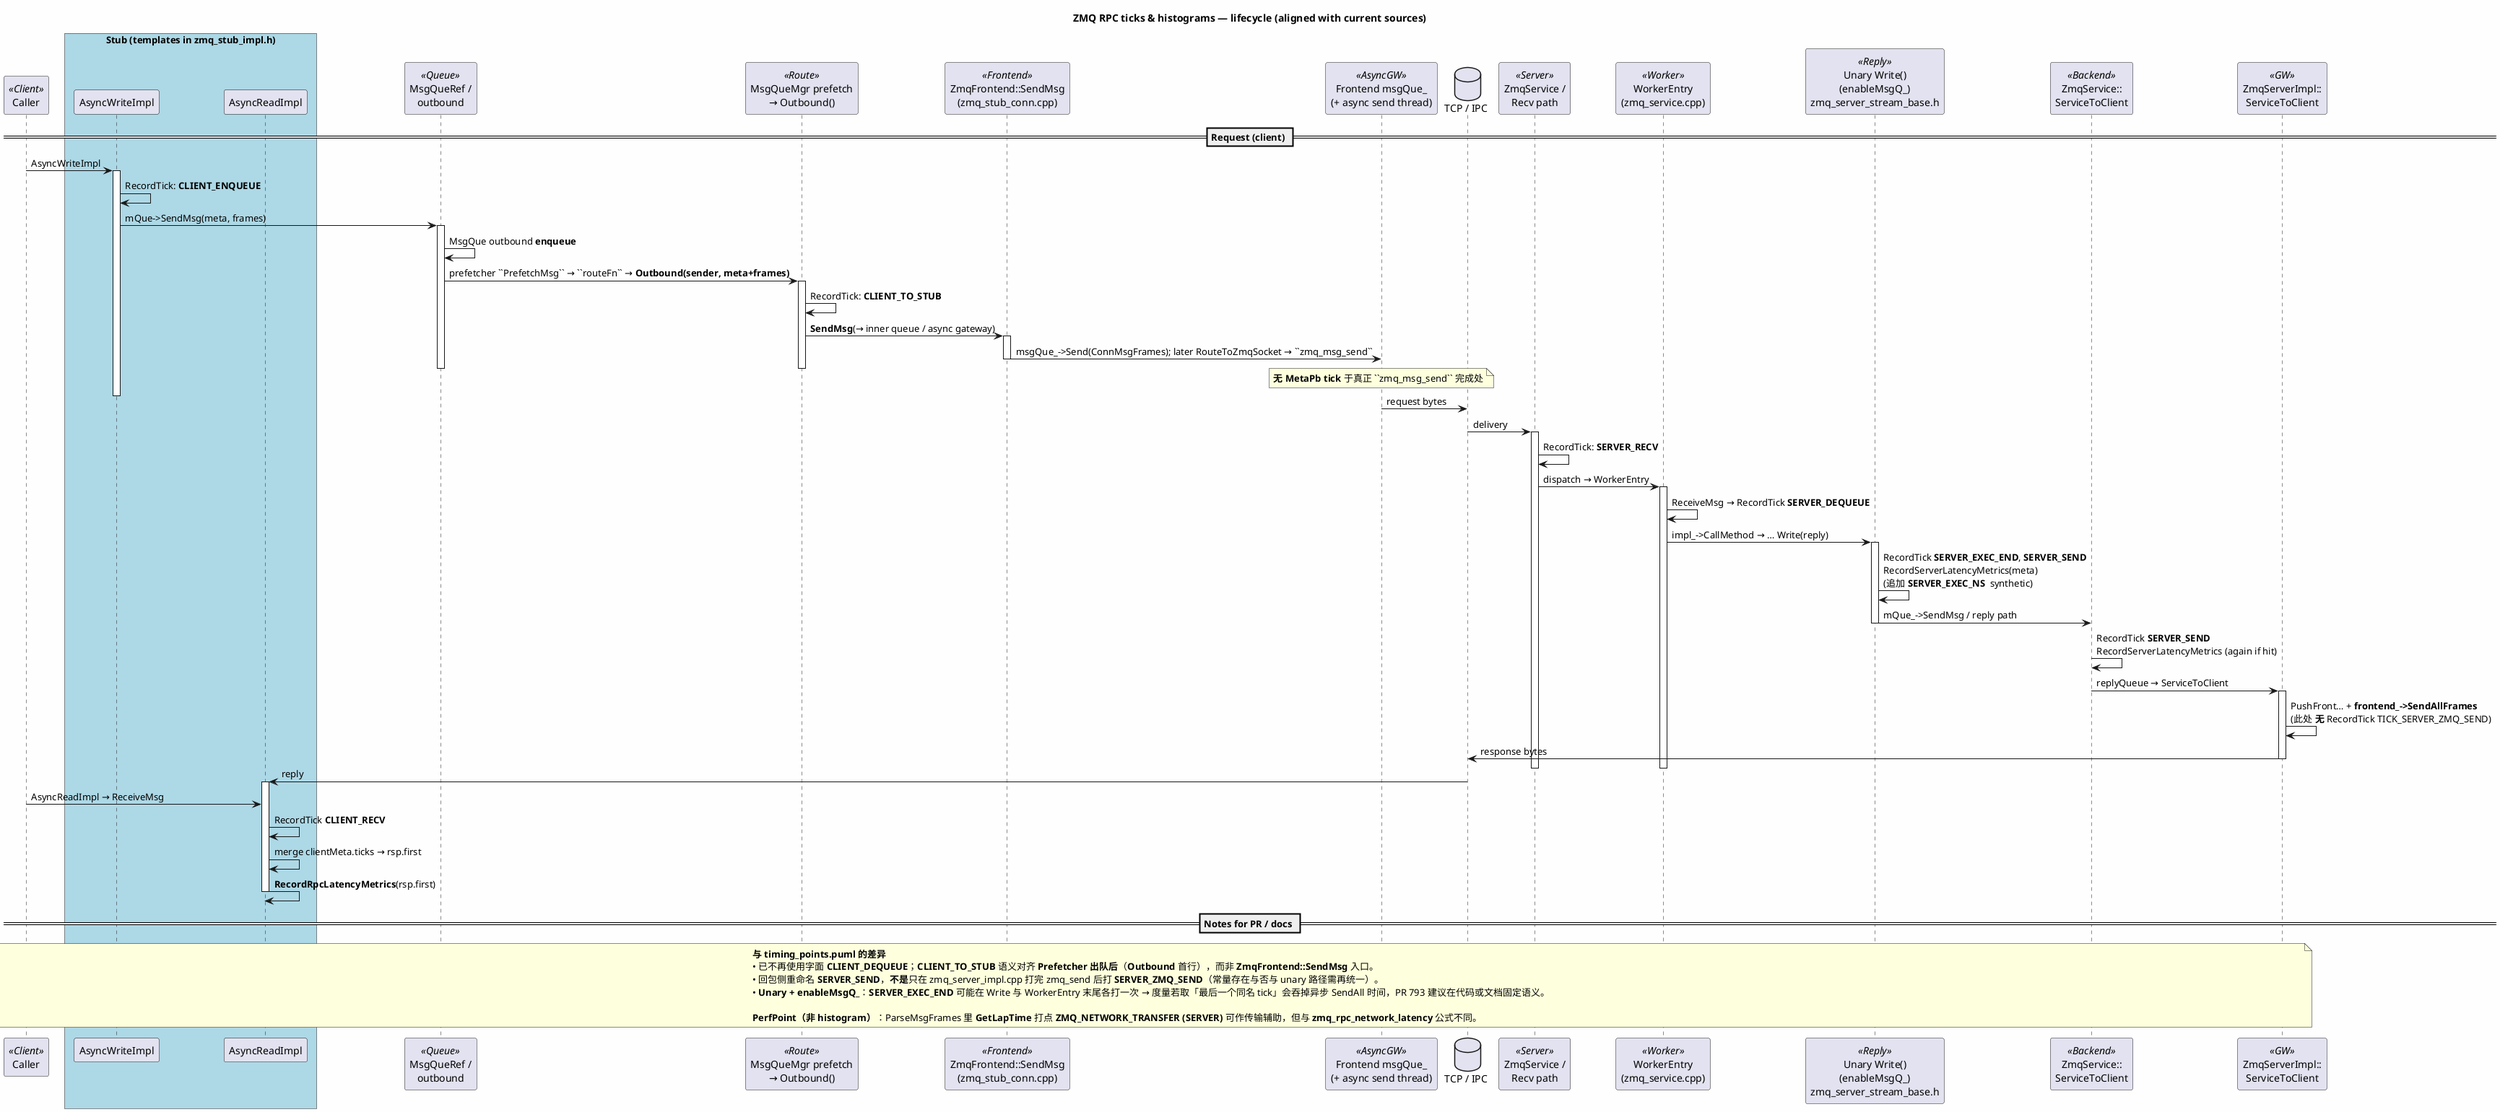
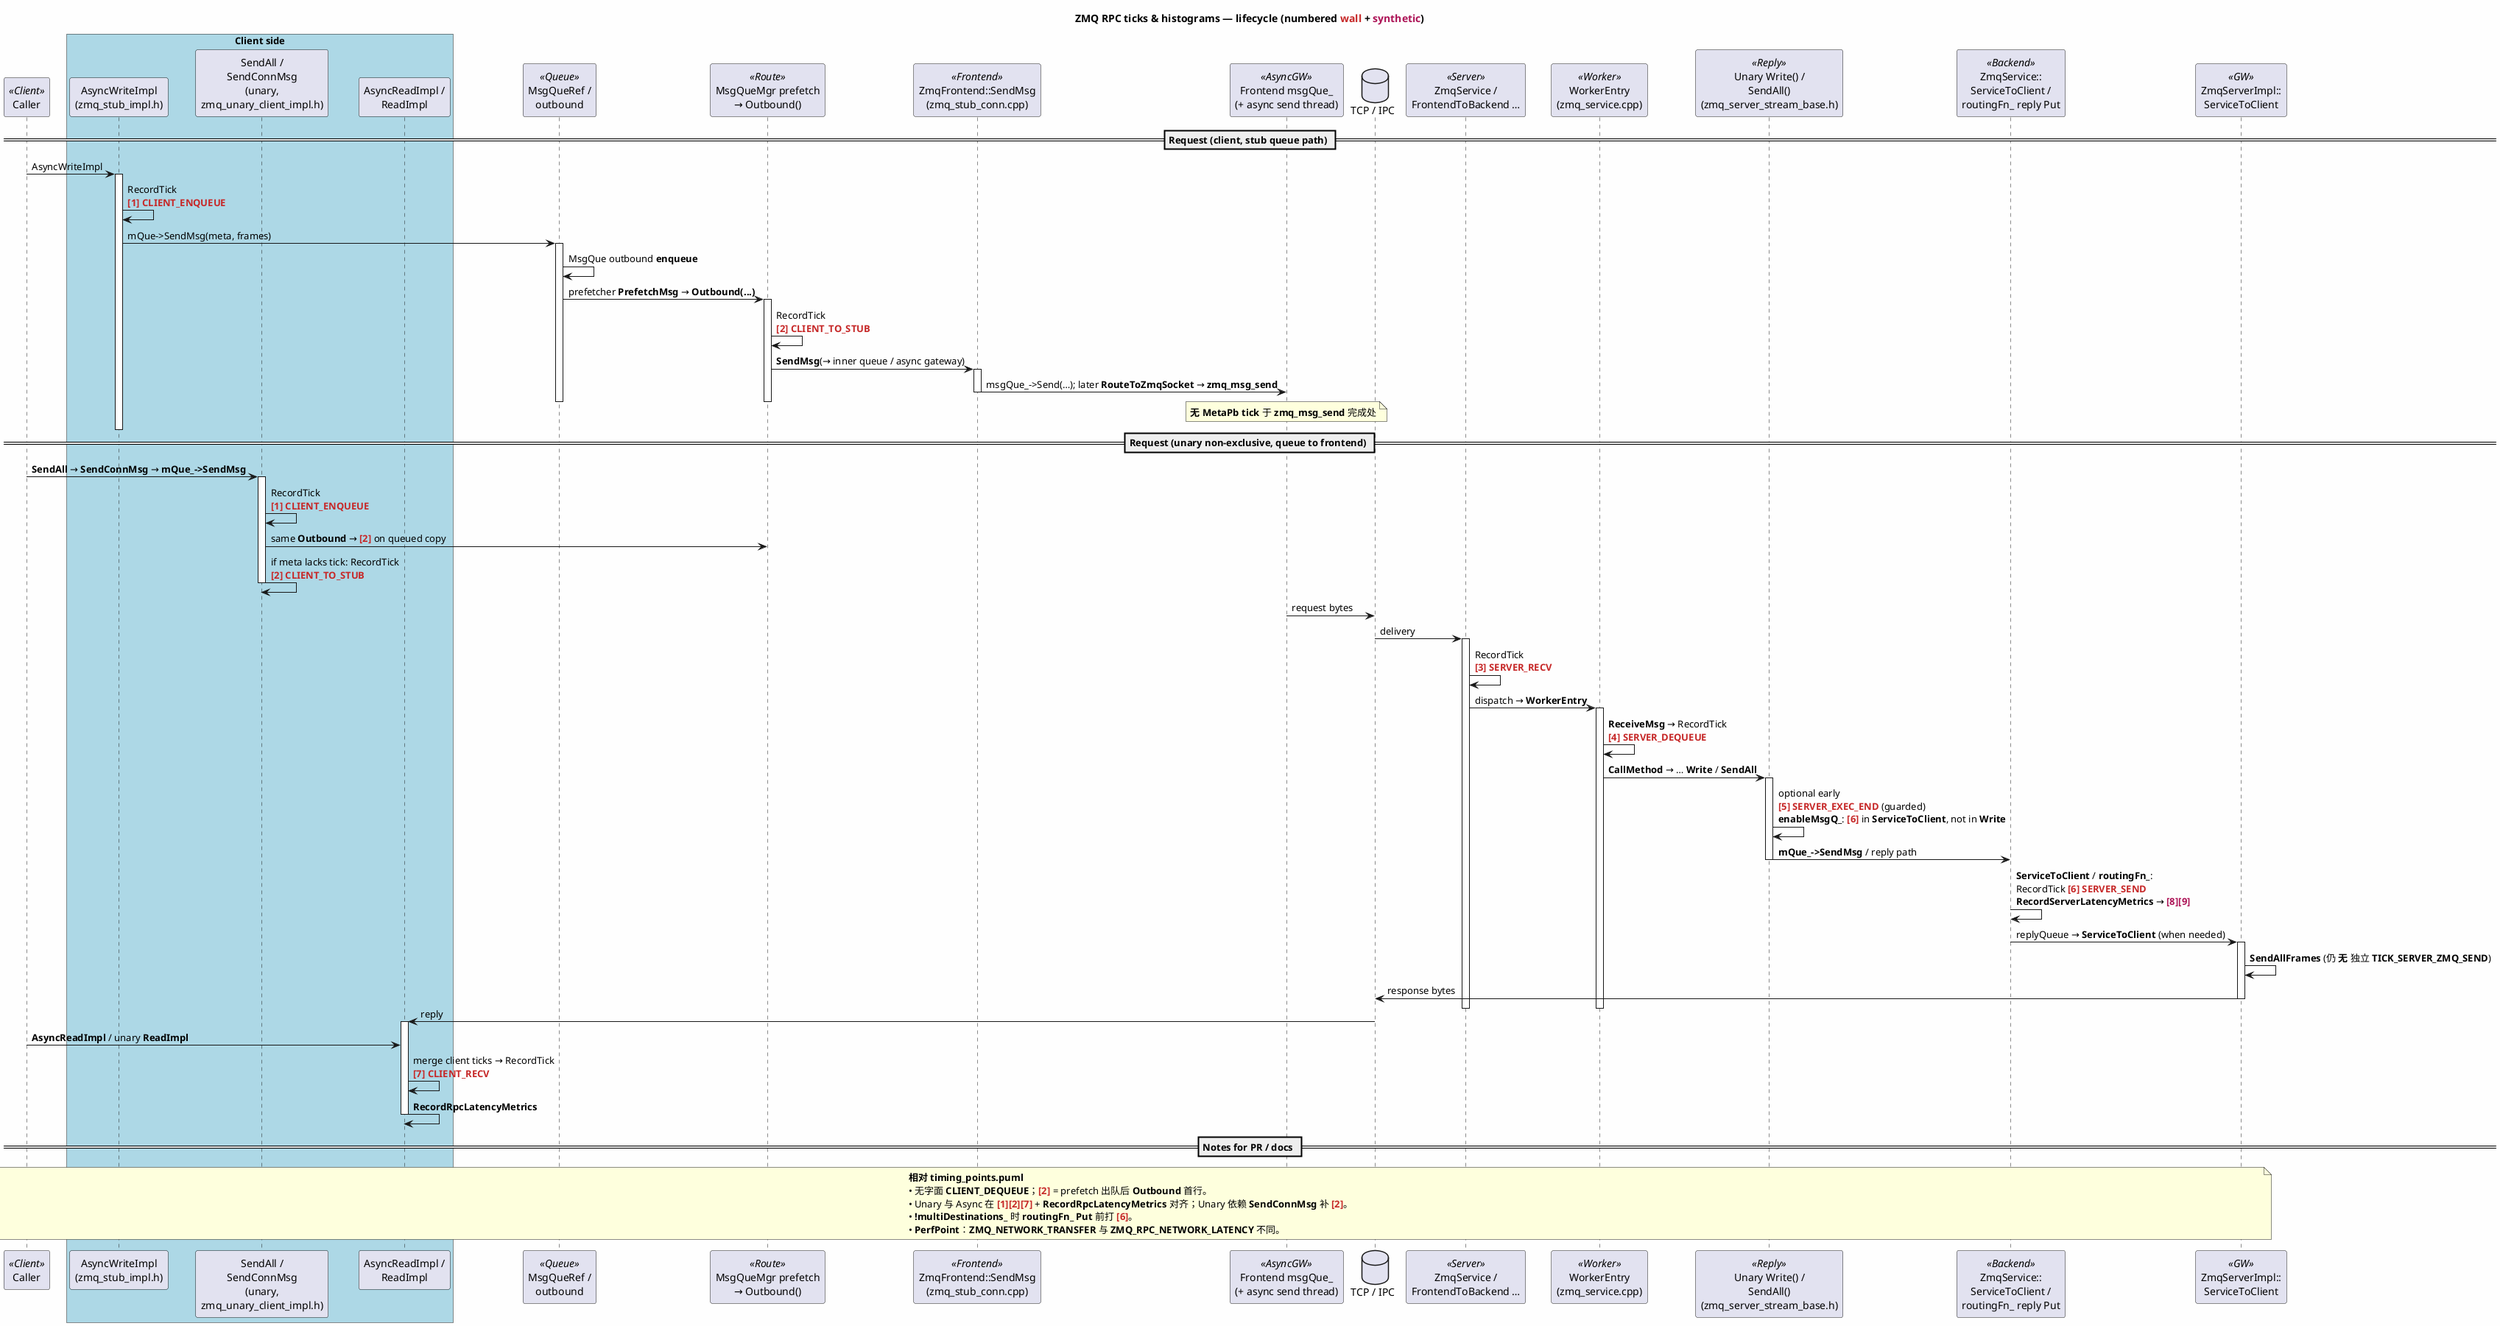
- @startuml ZMQ RPC Metrics — Current Code (2026-05 snapshot)
- ' Companion to timing_points.puml: that file保留历史叙事；本图对齐 yuanrong-datasystem 当前实现。
+ @startuml ZMQ RPC Metrics — Current Code (2026-05 sync)
+ ' Companion to timing_points.puml: 叙事版见旧图；本图对齐 yuanrong-datasystem 当前实现。
+ ' 编号 [1]–[7] = 墙体时刻 tick；[8][9] = RecordServerLatencyMetrics 写入的合成刻度（时长字段，非同源时钟）。
!pragma teoz true
skinparam backgroundColor #FEFEFE
skinparam actorBorderColor #666666
skinparam lifelineBorderColor #666666
skinparam lifelineBackgroundColor #F5F5F5

- title **ZMQ RPC ticks & histograms — lifecycle (aligned with current sources)**
+ title **ZMQ RPC ticks & histograms — lifecycle** (numbered <color:#C62828>wall</color> + <color:#AD1457>synthetic</color>)

participant "Caller" as C <<Client>>
- box "Stub (templates in zmq_stub_impl.h)" #LightBlue
- participant "AsyncWriteImpl" as AW
- participant "AsyncReadImpl" as AR
+ box "Client side" #LightBlue
+ participant "AsyncWriteImpl\n(zmq_stub_impl.h)" as AW
+ participant "SendAll /\nSendConnMsg\n(unary,\nzmq_unary_client_impl.h)" as UN
+ participant "AsyncReadImpl /\nReadImpl" as AR
end box
participant "MsgQueRef /\noutbound" as R <<Queue>>
participant "MsgQueMgr prefetch\n→ Outbound()" as OB <<Route>>
participant "ZmqFrontend::SendMsg\n(zmq_stub_conn.cpp)" as FE <<Frontend>>
participant "Frontend msgQue_\n(+ async send thread)" as AS <<AsyncGW>>
database "TCP / IPC" as Net
- participant "ZmqService /\nRecv path" as SRV <<Server>>
+ participant "ZmqService /\nFrontendToBackend …" as SRV <<Server>>
participant "WorkerEntry\n(zmq_service.cpp)" as W <<Worker>>
- participant "Unary Write()\n(enableMsgQ_)\nzmq_server_stream_base.h" as UW <<Reply>>
- participant "ZmqService::\nServiceToClient" as STC <<Backend>>
+ participant "Unary Write() /\nSendAll()\n(zmq_server_stream_base.h)" as UW <<Reply>>
+ participant "ZmqService::\nServiceToClient /\nroutingFn_ reply Put" as STC <<Backend>>
participant "ZmqServerImpl::\nServiceToClient" as IMPL <<GW>>

note top
- **Ticks** (MetaPb.tick_name — current sources)
+ <b>Legend — MetaPb.tick_name</b> (<b>zmq_constants.h</b>)

- * **CLIENT_ENQUEUE** → **zmq_stub_impl.h** AsyncWriteImpl, before outer **mQue->SendMsg**
+ <color:#C62828><b>[1] CLIENT_ENQUEUE</b></color> — <b>zmq_stub_impl.h</b> <b>AsyncWriteImpl</b> before <b>mQue->SendMsg</b>; unary <b>SendAll</b> 同步 (<b>zmq_unary_client_impl.h</b>).

- * **CLIENT_TO_STUB** → **zmq_stub_conn.cpp**, start of **ZmqStubConnMgrImpl::Outbound**
-   (after **MsgQueMgr::PrefetchMsg** dequeues from per-stub outbound; still **before** frontend inner queue /
-   ``zmq_msg_send``)
+ <color:#C62828><b>[2] CLIENT_TO_STUB</b></color> — <b>zmq_stub_conn.cpp</b> <b>Outbound</b> 首行（prefetch 出队后，仍在前端 inner queue / <b>zmq_msg_send</b> 之前）. Unary <b>SendConnMsg</b> 可补打若缺。

- * (none on request wire-out) → **CLIENT_ZMQ_SEND** still missing (prefetcher vs **clientMeta**)
+ (无 <b>MetaPb</b> tick 于真正 <b>zmq_msg_send</b> 完成处) — <b>CLIENT_ZMQ_SEND</b> 仍缺。

- * **CLIENT_RECV** → **zmq_stub_impl.h** AsyncReadImpl after **ReceiveMsg**
+ <color:#C62828><b>[7] CLIENT_RECV</b></color> — <b>AsyncReadImpl</b> / unary <b>ReadImpl</b> 收包后；<b>RecordRpcLatencyMetrics</b>。Async 路径合并 <b>clientMeta.ticks</b>（<b>MetaHasNamedTick</b> 去重）。

- * **SERVER_RECV** / **SERVER_DEQUEUE** → recv path + **WorkerEntry** after **ReceiveMsg**
+ <color:#C62828><b>[3] SERVER_RECV</b></color> — <b>ZmqService::FrontendToBackend</b>。

- * **SERVER_EXEC_END** → may repeat (**Unary Write()** plus **WorkerEntry** tail — duplicate risk)
+ <color:#C62828><b>[4] SERVER_DEQUEUE</b></color> / <color:#C62828><b>[5] SERVER_EXEC_END</b></color> — <b>WorkerEntry</b>：<b>ReceiveMsg</b> 后 / <b>WorkerEntryImpl</b> 结束后。Unary <b>Write</b>/<b>SendAll</b> 可更早打 <b>[5]</b>，避免 <b>(SEND − 0)</b>。

- * **SERVER_SEND** → **Write()** /**ServiceToClient** — **ZmqServerImpl::ServiceToClient** has **no**
-   ``TICK_SERVER_ZMQ_SEND`` after **SendAllFrames**
+ <color:#C62828><b>[6] SERVER_SEND</b></color> — <b>ServiceToClient</b>；或 <b>!multiDestinations_</b> 时 <b>routingFn_</b> 在 <b>replyQueue_->Put</b> 前同样打 <b>[6]</b> + <b>RecordServerLatencyMetrics</b>。

- * **SERVER_EXEC_NS** → synthetic (**RecordServerLatencyMetrics**), EXEC_END − RECV (**zmq_constants.h**)
+ <color:#AD1457><b>[8] SERVER_EXEC_NS</b></color> / <color:#AD1457><b>[9] SERVER_RPC_WINDOW_NS</b></color> — 合成：由 <b>RecordServerLatencyMetrics</b> 追加（<b>[5]−[3]</b> 与 <b>[6]−[3]</b> 等）。

+ <b>Histograms</b>（<b>KvMetricId → kv_metrics.cpp 导出名</b>，µs：<b>NsToUs</b>）

- **Histograms** (same headers)
- 
- * ``zmq_client_queuing`` → ``TO_STUB − ENQUEUE`` (caller enqueue through prefetch dequeue, before frontend zmq stack)
- 
- * server: DEQUEUE−RECV, EXEC_END−DEQUEUE, SEND−EXEC_END
- 
- * ``zmq_rpc_e2e`` = RECV − ENQUEUE; ``zmq_rpc_network`` ≈ e2e − (TO_STUB−ENQUEUE) − ``SERVER_RPC_WINDOW_NS`` (**not** pure RTT)
+ * <b>zmq_client_queuing_latency</b> ← <color:#C62828><b>[2]−[1]</b></color>
+ * <b>zmq_server_queue_wait_latency</b> ← <color:#C62828><b>[4]−[3]</b></color>
+ * <b>zmq_server_exec_latency</b> ← <color:#C62828><b>[5]−[4]</b></color>
+ * <b>zmq_server_reply_latency</b> ← <color:#C62828><b>[6]−[5]</b></color>（仅当 <b>[5]</b> wall > 0）
+ * <b>zmq_rpc_e2e_latency</b> ← <color:#C62828><b>[7]−[1]</b></color>
+ * <b>zmq_rpc_network_latency</b> ← <b>残差</b>：<code>max(0, ([7]−[1])−([2]−[1])−srvWin)</code>，<code>srvWin</code>=<color:#AD1457><b>[9]</b></color>.ts <b>或</b> 回退 <color:#C62828><b>[6]−[3]</b></color>；仅 &gt;0 记入

end note

- == Request (client) ==
+ == Request (client, stub queue path) ==

C -> AW : AsyncWriteImpl
activate AW
- AW -> AW : RecordTick: **CLIENT_ENQUEUE**
+ AW -> AW : RecordTick\n<color:#C62828><b>[1] CLIENT_ENQUEUE</b></color>
AW -> R : mQue->SendMsg(meta, frames)
activate R
R -> R : MsgQue outbound **enqueue**
- R -> OB : prefetcher ``PrefetchMsg`` → ``routeFn`` → **Outbound(sender, meta+frames)**
+ R -> OB : prefetcher **PrefetchMsg** → **Outbound(...)**
activate OB
- OB -> OB : RecordTick: **CLIENT_TO_STUB**
+ OB -> OB : RecordTick\n<color:#C62828><b>[2] CLIENT_TO_STUB</b></color>
OB -> FE : **SendMsg**(→ inner queue / async gateway)
activate FE
- FE -> AS : msgQue_->Send(ConnMsgFrames); later RouteToZmqSocket → ``zmq_msg_send``
+ FE -> AS : msgQue_->Send(…); later **RouteToZmqSocket** → **zmq_msg_send**
deactivate FE
deactivate OB
deactivate R
note over AS
-   **无 MetaPb tick** 于真正 ``zmq_msg_send`` 完成处
+   **无 MetaPb tick** 于 **zmq_msg_send** 完成处
end note
deactivate AW
+ 
+ == Request (unary non–exclusive, queue to frontend) ==
+ 
+ C -> UN : **SendAll** → **SendConnMsg** → **mQue_->SendMsg**
+ activate UN
+ UN -> UN : RecordTick\n<color:#C62828><b>[1] CLIENT_ENQUEUE</b></color>
+ UN -> OB : same **Outbound** → <color:#C62828><b>[2]</b></color> on queued copy
+ UN -> UN : if meta lacks tick: RecordTick\n<color:#C62828><b>[2] CLIENT_TO_STUB</b></color>
+ deactivate UN

AS -> Net : request bytes
Net -> SRV : delivery
activate SRV
- SRV -> SRV : RecordTick: **SERVER_RECV**
- SRV -> W : dispatch → WorkerEntry
+ SRV -> SRV : RecordTick\n<color:#C62828><b>[3] SERVER_RECV</b></color>
+ SRV -> W : dispatch → **WorkerEntry**
activate W
- W -> W : ReceiveMsg → RecordTick **SERVER_DEQUEUE**
- W -> UW : impl_->CallMethod → … Write(reply)
+ W -> W : **ReceiveMsg** → RecordTick\n<color:#C62828><b>[4] SERVER_DEQUEUE</b></color>
+ W -> UW : **CallMethod** → … **Write** / **SendAll**
activate UW
- UW -> UW : RecordTick **SERVER_EXEC_END**, **SERVER_SEND**\nRecordServerLatencyMetrics(meta)\n(追加 **SERVER_EXEC_NS**  synthetic)
- UW -> STC : mQue_->SendMsg / reply path
+ UW -> UW : optional early\n<color:#C62828><b>[5] SERVER_EXEC_END</b></color> (guarded)\n<b>enableMsgQ_</b>: <color:#C62828><b>[6]</b></color> in **ServiceToClient**, not in **Write**
+ UW -> STC : **mQue_->SendMsg** / reply path
deactivate UW

- STC -> STC : RecordTick **SERVER_SEND**\nRecordServerLatencyMetrics (again if hit)
- STC -> IMPL : replyQueue → ServiceToClient
+ STC -> STC : **ServiceToClient** / **routingFn_**:\nRecordTick <color:#C62828><b>[6] SERVER_SEND</b></color>\n<b>RecordServerLatencyMetrics</b> → <color:#AD1457><b>[8][9]</b></color>
+ STC -> IMPL : replyQueue → **ServiceToClient** (when needed)
activate IMPL
- IMPL -> IMPL : PushFront… + **frontend_->SendAllFrames**\n(此处 **无** RecordTick TICK_SERVER_ZMQ_SEND)
+ IMPL -> IMPL : **SendAllFrames** (仍 **无** 独立 **TICK_SERVER_ZMQ_SEND**)
IMPL -> Net : response bytes
deactivate IMPL
deactivate W
deactivate SRV

Net -> AR : reply
activate AR
- C -> AR : AsyncReadImpl → ReceiveMsg
- AR -> AR : RecordTick **CLIENT_RECV**
- AR -> AR : merge clientMeta.ticks → rsp.first
- AR -> AR : **RecordRpcLatencyMetrics**(rsp.first)
+ C -> AR : **AsyncReadImpl** / unary **ReadImpl**
+ AR -> AR : merge client ticks → RecordTick\n<color:#C62828><b>[7] CLIENT_RECV</b></color>
+ AR -> AR : **RecordRpcLatencyMetrics**

deactivate AR

== Notes for PR / docs ==
note across
-   **与 timing_points.puml 的差异**
-   • 已不再使用字面 **CLIENT_DEQUEUE**；**CLIENT_TO_STUB** 语义对齐 **Prefetcher 出队后**（**Outbound** 首行），而非 **ZmqFrontend::SendMsg** 入口。
-   • 回包侧重命名 **SERVER_SEND**，**不是**只在 zmq_server_impl.cpp 打完 zmq_send 后打 **SERVER_ZMQ_SEND**（常量存在与否与 unary 路径需再统一）。
-   • **Unary + enableMsgQ_**：**SERVER_EXEC_END** 可能在 Write 与 WorkerEntry 末尾各打一次 → 度量若取「最后一个同名 tick」会吞掉异步 SendAll 时间，PR 793 建议在代码或文档固定语义。
- 
-   **PerfPoint（非 histogram）**：ParseMsgFrames 里 **GetLapTime** 打点 **ZMQ_NETWORK_TRANSFER (SERVER)** 可作传输辅助，但与 **zmq_rpc_network_latency** 公式不同。
+   **相对 timing_points.puml**
+   • 无字面 **CLIENT_DEQUEUE**；<color:#C62828><b>[2]</b></color> = prefetch 出队后 **Outbound** 首行。
+   • Unary 与 Async 在 <color:#C62828><b>[1][2][7]</b></color> + **RecordRpcLatencyMetrics** 对齐；Unary 依赖 **SendConnMsg** 补 <color:#C62828><b>[2]</b></color>。
+   • <b>!multiDestinations_</b> 时 **routingFn_** **Put** 前打 <color:#C62828><b>[6]</b></color>。
+   • **PerfPoint**：**ZMQ_NETWORK_TRANSFER** 与 **ZMQ_RPC_NETWORK_LATENCY** 不同。
end note

@enduml
